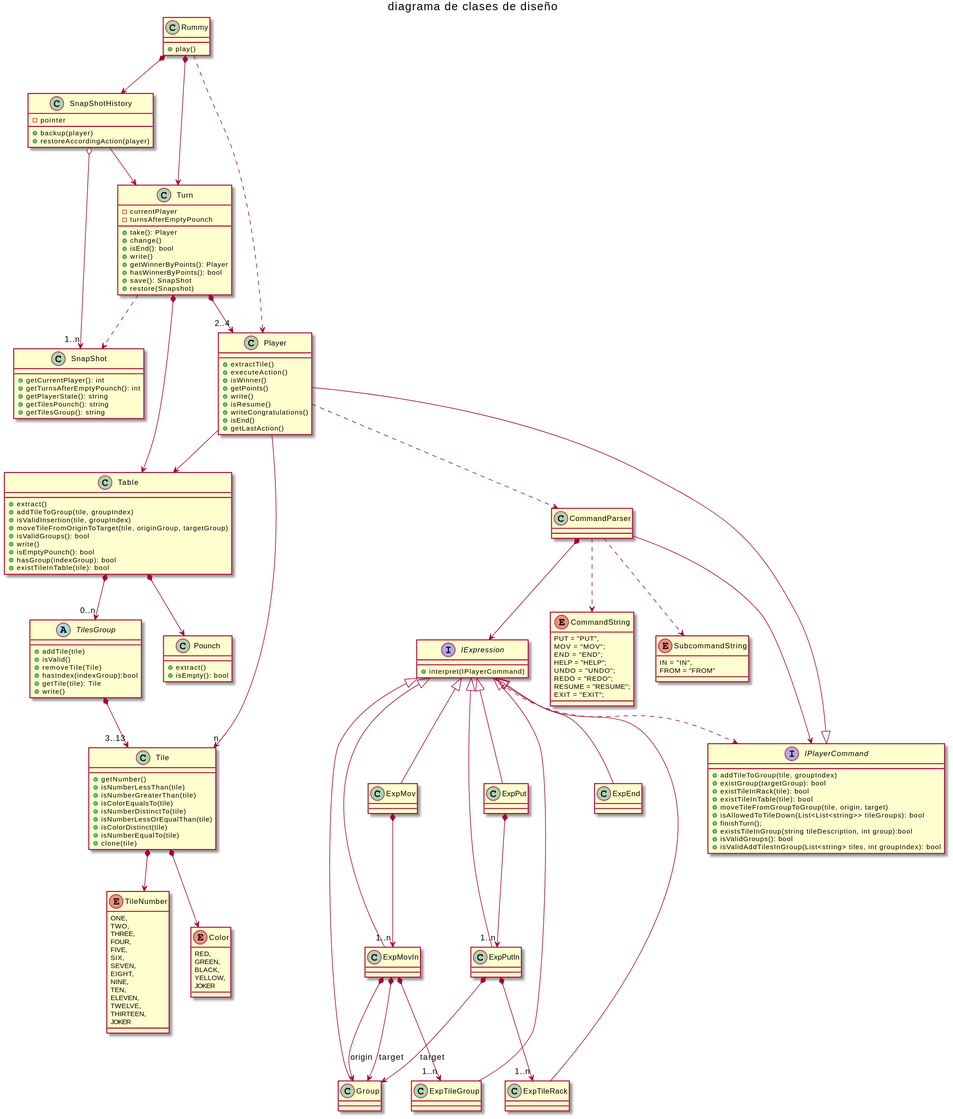
Earlier version of the PlantUML export diagrama_clases_disenio.svg (USantaTecla-game-rummikub/cSharp).
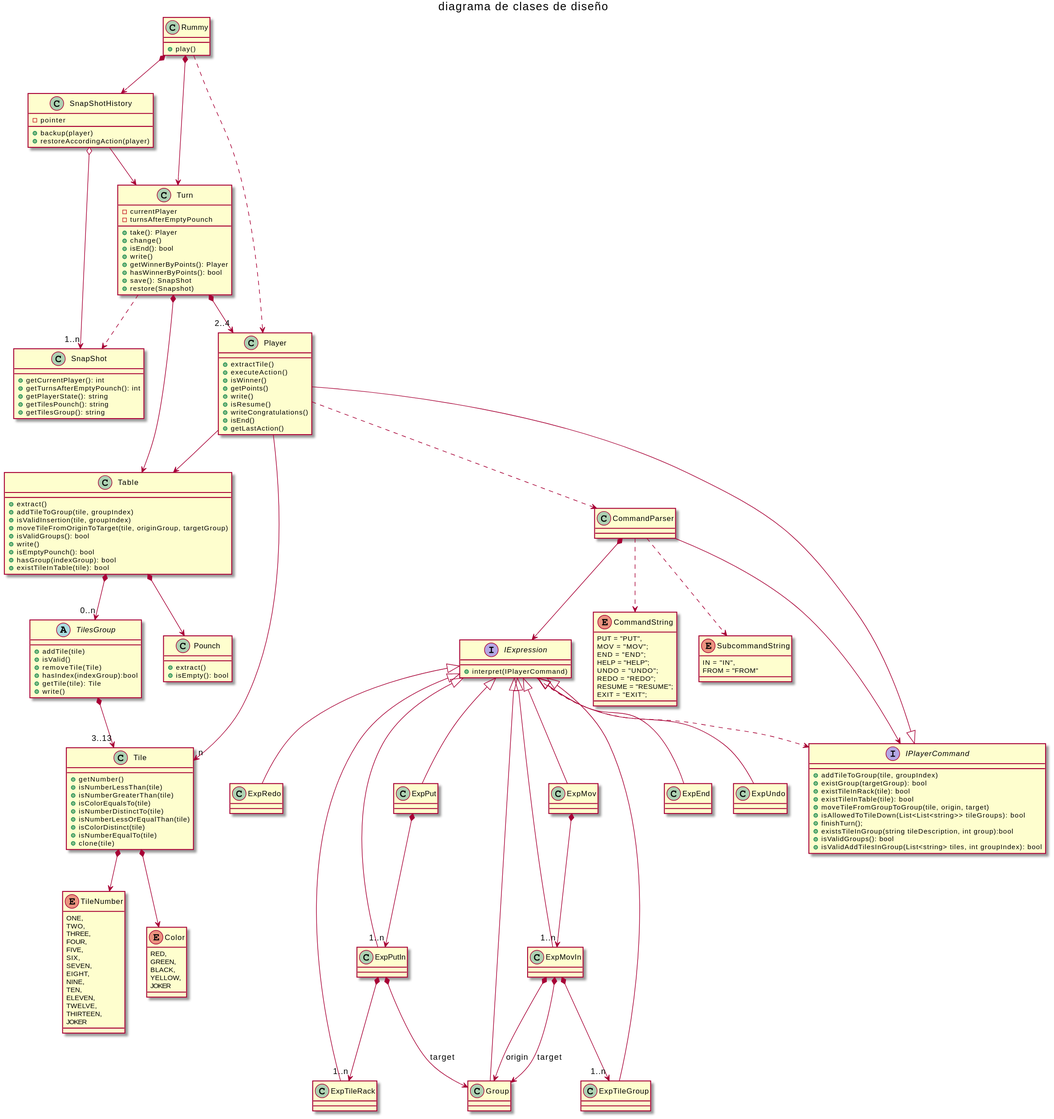
The same diagram one commit later.

Commit message:
Patron memento. Undo y redo

The edit, as a diff of the source:
```diff
@@ -93,6 +93,8 @@
 IExpression <|-- ExpPut
 IExpression <|-- ExpMov
 IExpression <|-- ExpEnd
+IExpression <|-- ExpUndo
+IExpression <|-- ExpRedo
 
 ExpPut *--> "1..n" ExpPutIn
 ExpMov *--> "1..n" ExpMovIn
```
